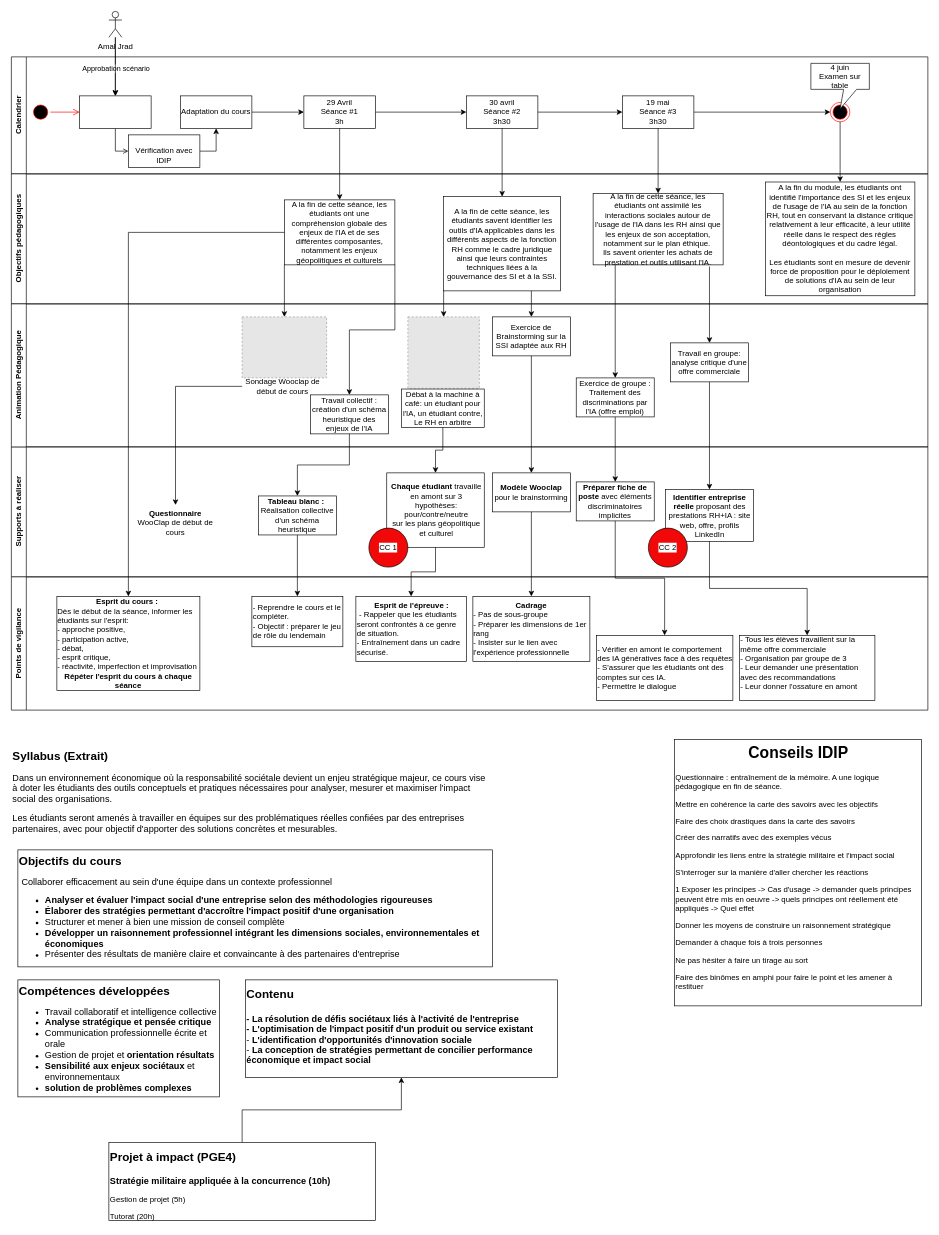
Earlier version of the draw.io diagram page "Parcours pédagogique" (2 of 5) of Cours de Stratégie.drawio (Fabrice-64/Drawings). Source tidied: cells renumbered, new cells numbered last; positions are measured from the earlier drawing's top-left corner, leaving out a move shared by most shapes. Both pictures are drawn from the tidied source at 65%, with x=0, y=0 at pixel (11, 11). Pictures stored in the file or linked from it are replaced by grey dashed boxes.
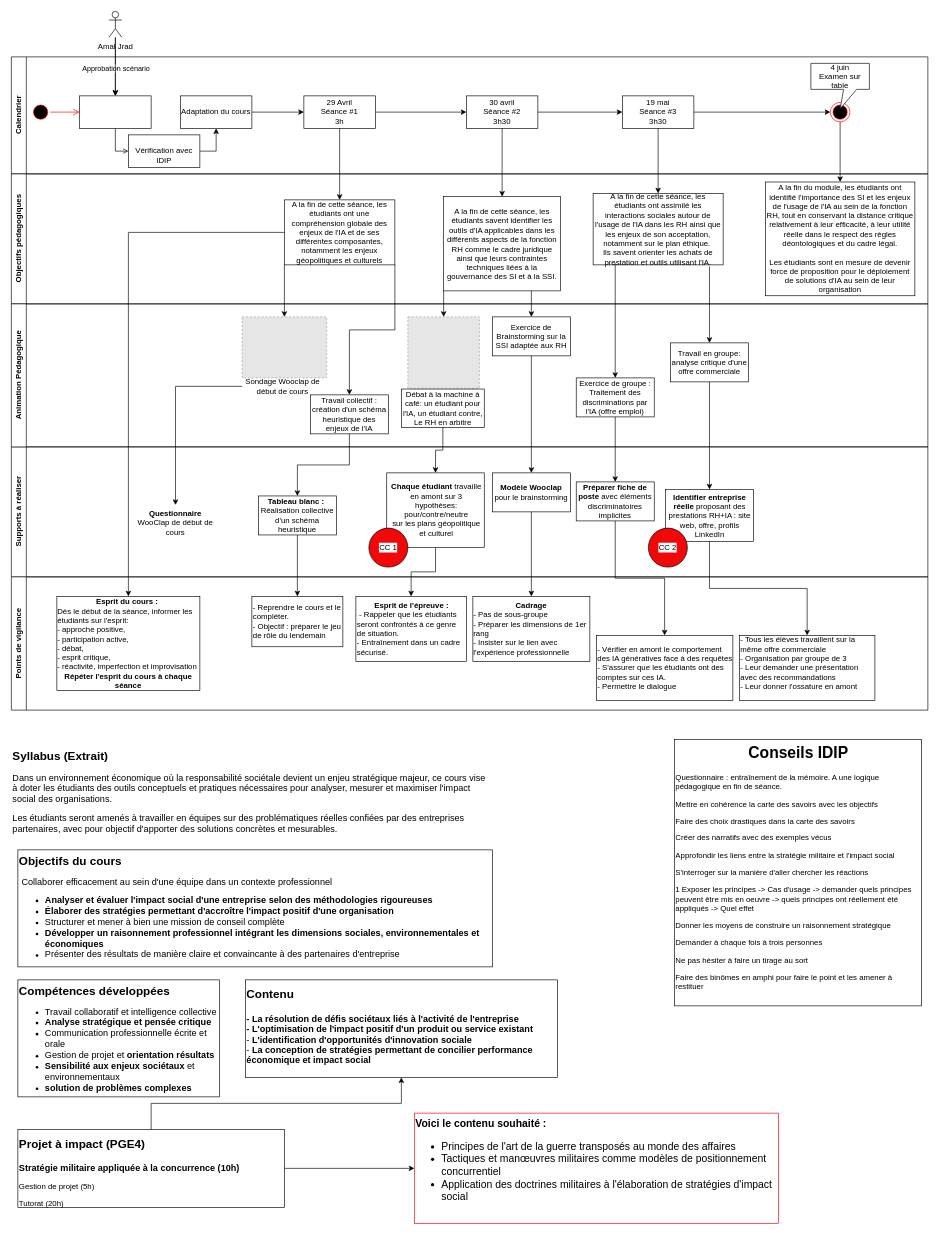
The same diagram, later.

Commit message:
ajout attendus précis

What changed in the source:
```diff
@@
+    <mxCell id="82" style="edgeStyle=orthogonalEdgeStyle;rounded=0;jettySize=auto;html=1;" parent="1" edge="1" source="80" target="83">
+      <mxGeometry relative="1" as="geometry" />
+    </mxCell>
     <mxCell id="80" value="&lt;h1 style=&quot;margin-top: 0px;&quot;&gt;&lt;font style=&quot;font-size: 18px;&quot;&gt;Projet à impact (PGE4)&lt;/font&gt;&lt;/h1&gt;&lt;p&gt;&lt;b&gt;&lt;font style=&quot;font-size: 14px;&quot;&gt;Stratégie militaire appliquée à la concurrence (10h)&lt;/font&gt;&lt;/b&gt;&lt;/p&gt;&lt;p&gt;Gestion de projet (5h)&lt;/p&gt;&lt;p&gt;Tutorat (20h)&lt;/p&gt;&lt;p&gt;&lt;br&gt;&lt;/p&gt;&lt;p&gt;&lt;br&gt;&lt;/p&gt;" style="text;html=1;whiteSpace=wrap;overflow=hidden;rounded=0;strokeColor=light-dark(#000000,#000000);" parent="1" vertex="1">
-      <mxGeometry x="150" y="1740" width="410" height="120" as="geometry" />
+      <mxGeometry x="10" y="1720" width="410" height="120" as="geometry" />
     </mxCell>
@@
+    <mxCell id="83" value="&lt;div style=&quot;caret-color: rgb(0, 0, 0); color: rgb(0, 0, 0); font-family: arial, helvetica, sans-serif; font-size: 16px; font-style: normal; font-variant-caps: normal; letter-spacing: normal; text-align: start; text-indent: 0px; text-transform: none; white-space: normal; word-spacing: 0px; -webkit-text-stroke-width: 0px; text-decoration: none; clear: both;&quot;&gt;&lt;span style=&quot;color: rgb(0, 0, 0);&quot;&gt;&lt;b&gt;Voici le contenu souhaité :&lt;/b&gt;&lt;/span&gt;&lt;/div&gt;&lt;ul style=&quot;margin-bottom: 0cm; caret-color: rgb(0, 0, 0); color: rgb(0, 0, 0); font-family: arial, helvetica, sans-serif; font-size: 16px; font-style: normal; font-variant-caps: normal; font-weight: 400; letter-spacing: normal; text-align: start; text-indent: 0px; text-transform: none; white-space: normal; word-spacing: 0px; -webkit-text-stroke-width: 0px; text-decoration: none;&quot;&gt;&lt;li style=&quot;clear: both;&quot;&gt;&lt;span style=&quot;color: rgb(0, 0, 0);&quot;&gt;Principes&lt;span class=&quot;Apple-converted-space&quot;&gt;&amp;nbsp;&lt;/span&gt;&lt;span data-mce-style=&quot;font-size: 12.0pt; font-family: 'Calibri',sans-serif; mso-ascii-theme-font: minor-latin; mso-fareast-font-family: Calibri; mso-fareast-theme-font: minor-latin; mso-hansi-theme-font: minor-latin; mso-bidi-font-family: 'Times New Roman'; mso-bidi-theme-font: minor-bidi; mso-ansi-language: FR; mso-fareast-language: EN-US; mso-bidi-language: AR-SA;&quot; style=&quot;font-size: 12pt; font-family: Calibri, sans-serif;&quot;&gt;de l'art de la guerre transposés au monde des affaires&lt;/span&gt;&lt;/span&gt;&lt;/li&gt;&lt;li style=&quot;clear: both;&quot;&gt;&lt;span style=&quot;color: rgb(0, 0, 0);&quot;&gt;Tactiques&lt;span class=&quot;Apple-converted-space&quot;&gt;&amp;nbsp;&lt;/span&gt;&lt;span data-mce-style=&quot;font-size: 12.0pt; font-family: 'Calibri',sans-serif; mso-ascii-theme-font: minor-latin; mso-fareast-font-family: Calibri; mso-fareast-theme-font: minor-latin; mso-hansi-theme-font: minor-latin; mso-bidi-font-family: 'Times New Roman'; mso-bidi-theme-font: minor-bidi; mso-ansi-language: FR; mso-fareast-language: EN-US; mso-bidi-language: AR-SA;&quot; style=&quot;font-size: 12pt; font-family: Calibri, sans-serif;&quot;&gt;et manœuvres militaires comme modèles de positionnement concurrentiel&lt;/span&gt;&lt;/span&gt;&lt;/li&gt;&lt;li style=&quot;clear: both;&quot;&gt;&lt;span style=&quot;color: rgb(0, 0, 0);&quot;&gt;Application&lt;span class=&quot;Apple-converted-space&quot;&gt;&amp;nbsp;&lt;/span&gt;&lt;/span&gt;&lt;span data-mce-style=&quot;font-size: 12.0pt; font-family: 'Calibri',sans-serif; mso-ascii-theme-font: minor-latin; mso-fareast-font-family: Calibri; mso-fareast-theme-font: minor-latin; mso-hansi-theme-font: minor-latin; mso-bidi-font-family: 'Times New Roman'; mso-bidi-theme-font: minor-bidi; mso-ansi-language: FR; mso-fareast-language: EN-US; mso-bidi-language: AR-SA;&quot; style=&quot;font-size: 12pt; font-family: Calibri, sans-serif;&quot;&gt;&lt;span style=&quot;color: rgb(0, 0, 0);&quot;&gt;des&lt;/span&gt;&lt;span class=&quot;Apple-converted-space&quot;&gt;&amp;nbsp;&lt;/span&gt;doctrines militaires à l'élaboration de stratégies d'impact social&lt;/span&gt;&lt;/li&gt;&lt;/ul&gt;" style="text;whiteSpace=wrap;html=1;strokeColor=#FF0000;shadow=0;border-width=thick;" parent="1" vertex="1">
+      <mxGeometry x="620" y="1695" width="560" height="170" as="geometry" />
+    </mxCell>
```
